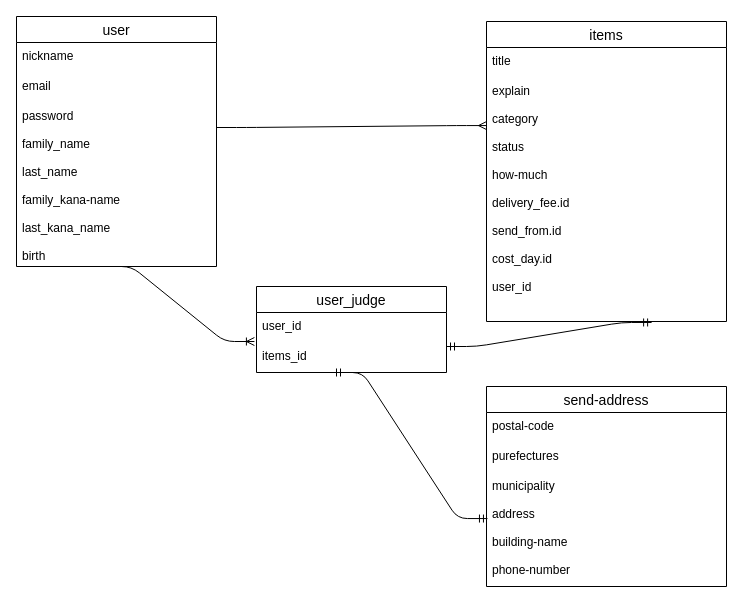
Satota2048/furima-34998 keeps this draw.io diagram as ER.dio. Above is the earlier version. Source tidied: cells renumbered, new cells numbered last; positions are measured from the earlier drawing's top-left corner, leaving out a move shared by most shapes. Both pictures are drawn from the tidied source at 100%, with x=0, y=0 at pixel (16, 16).
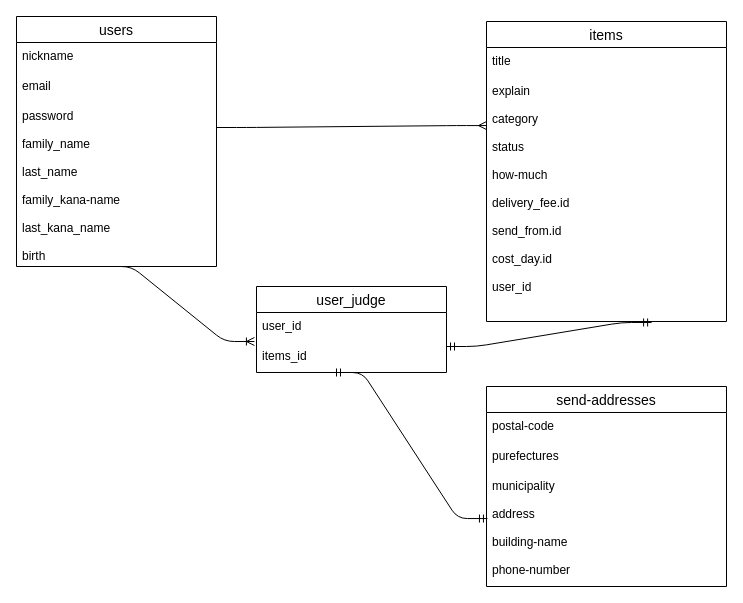
Above is the later version.

Commit message (it also covers changes not shown here):
データベース設計の訂正３

What changed in the source:
```diff
@@
-    <mxCell id="2" value="user" style="swimlane;fontStyle=0;horizontal=1;startSize=26;align=center;fontSize=14;" parent="1" vertex="1">
+    <mxCell id="2" value="users" style="swimlane;fontStyle=0;horizontal=1;startSize=26;align=center;fontSize=14;" parent="1" vertex="1">
       <mxGeometry width="200" height="250" as="geometry" />
     </mxCell>
@@
-    <mxCell id="12" value="send-address" style="swimlane;fontStyle=0;horizontal=1;startSize=26;align=center;fontSize=14;" parent="1" vertex="1">
+    <mxCell id="12" value="send-addresses" style="swimlane;fontStyle=0;horizontal=1;startSize=26;align=center;fontSize=14;" parent="1" vertex="1">
       <mxGeometry x="470" y="370" width="240" height="200" as="geometry" />
     </mxCell>
```
